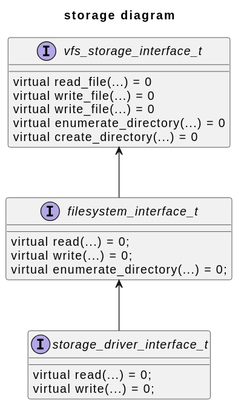
cactoes/virtual_reflections_os keeps this PlantUML diagram as docs/svg/storage diagram.svg. Above is the earlier version. The source it was exported from:
```plantuml
@startuml
title storage diagram

interface storage_driver_interface_t {
    virtual read(...) = 0;
    virtual write(...) = 0;
}

interface filesystem_interface_t {
    virtual read(...) = 0;
    virtual write(...) = 0;
    virtual enumerate_directory(...) = 0;
}

interface vfs_storage_interface_t {
    virtual read_file(...) = 0
    virtual write_file(...) = 0
    virtual write_file(...) = 0
    virtual enumerate_directory(...) = 0
    virtual create_directory(...) = 0
}

vfs_storage_interface_t <-- filesystem_interface_t
filesystem_interface_t <-- storage_driver_interface_t
@enduml
```
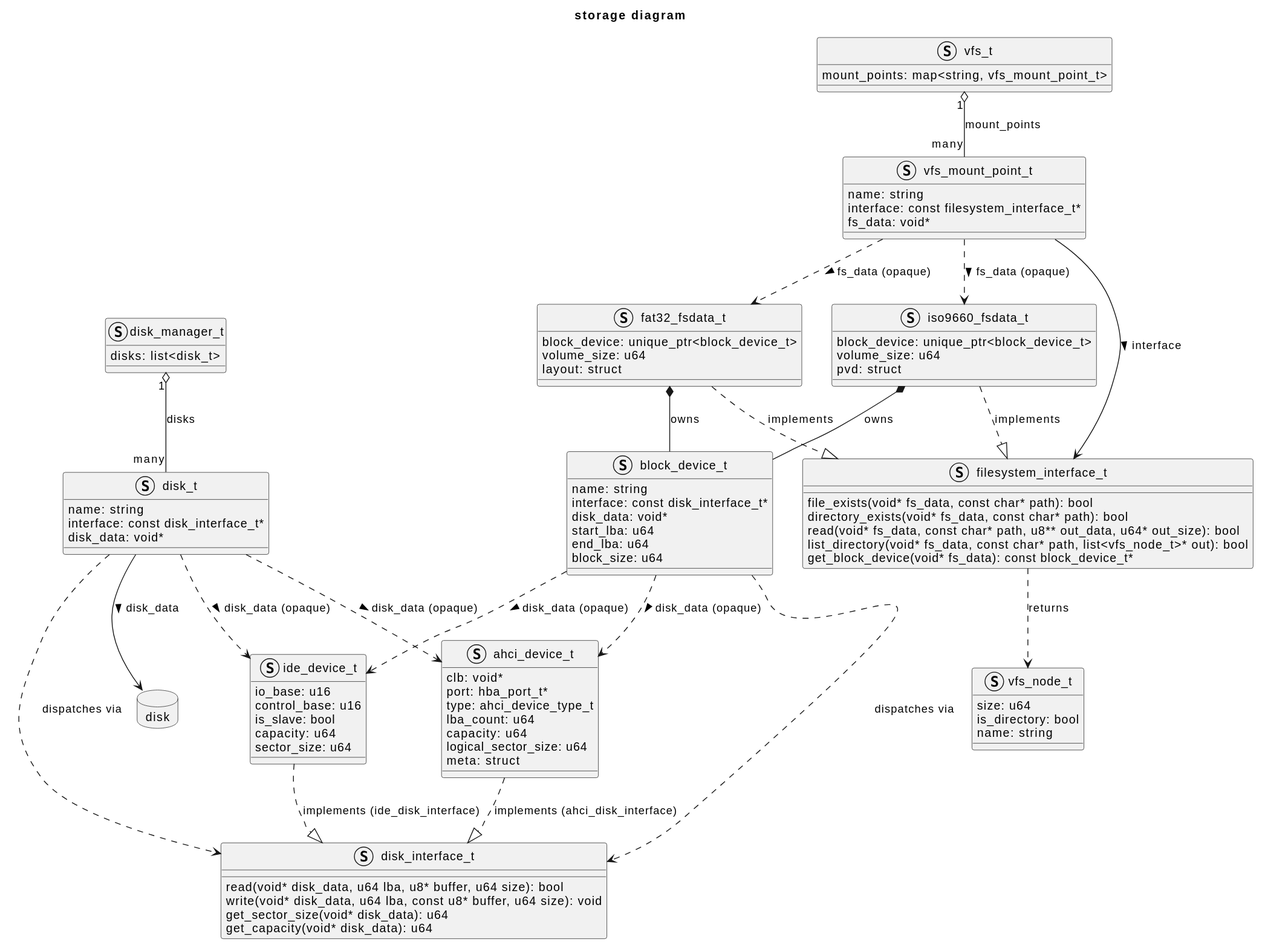
Later version of the same file.

The edit, as a diff of the source:
```diff
@@ -1,25 +1,110 @@
 @startuml
 title storage diagram
 
-interface storage_driver_interface_t {
-    virtual read(...) = 0;
-    virtual write(...) = 0;
+database "disk" as disk {
 }
 
-interface filesystem_interface_t {
-    virtual read(...) = 0;
-    virtual write(...) = 0;
-    virtual enumerate_directory(...) = 0;
+struct disk_interface_t {
+    read(void* disk_data, u64 lba, u8* buffer, u64 size): bool
+    write(void* disk_data, u64 lba, const u8* buffer, u64 size): void
+    get_sector_size(void* disk_data): u64
+    get_capacity(void* disk_data): u64
 }
 
-interface vfs_storage_interface_t {
-    virtual read_file(...) = 0
-    virtual write_file(...) = 0
-    virtual write_file(...) = 0
-    virtual enumerate_directory(...) = 0
-    virtual create_directory(...) = 0
+struct disk_t {
+    name: string
+    interface: const disk_interface_t*
+    disk_data: void*
 }
 
-vfs_storage_interface_t <-- filesystem_interface_t
-filesystem_interface_t <-- storage_driver_interface_t
+struct disk_manager_t {
+    disks: list<disk_t>
+}
+
+struct block_device_t {
+    name: string
+    interface: const disk_interface_t*
+    disk_data: void*
+    start_lba: u64
+    end_lba: u64
+    block_size: u64
+}
+
+struct filesystem_interface_t {
+    file_exists(void* fs_data, const char* path): bool
+    directory_exists(void* fs_data, const char* path): bool
+    read(void* fs_data, const char* path, u8** out_data, u64* out_size): bool
+    list_directory(void* fs_data, const char* path, list<vfs_node_t>* out): bool
+    get_block_device(void* fs_data): const block_device_t*
+}
+
+struct vfs_node_t {
+    size: u64
+    is_directory: bool
+    name: string
+}
+
+struct vfs_mount_point_t {
+    name: string
+    interface: const filesystem_interface_t*
+    fs_data: void*
+}
+
+struct vfs_t {
+    mount_points: map<string, vfs_mount_point_t>
+}
+
+struct fat32_fsdata_t {
+    block_device: unique_ptr<block_device_t>
+    volume_size: u64
+    layout: struct
+}
+
+struct iso9660_fsdata_t {
+    block_device: unique_ptr<block_device_t>
+    volume_size: u64
+    pvd: struct
+}
+
+struct ahci_device_t {
+    clb: void*
+    port: hba_port_t*
+    type: ahci_device_type_t
+    lba_count: u64
+    capacity: u64
+    logical_sector_size: u64
+    meta: struct
+}
+
+struct ide_device_t {
+    io_base: u16
+    control_base: u16
+    is_slave: bool
+    capacity: u64
+    sector_size: u64
+}
+
+disk_manager_t "1" o-- "many" disk_t : disks
+disk_t ..> disk_interface_t : dispatches via
+disk_t --> disk : disk_data >
+
+ahci_device_t ..|> disk_interface_t : implements (ahci_disk_interface)
+ide_device_t ..|> disk_interface_t : implements (ide_disk_interface)
+disk_t ..> ahci_device_t : disk_data (opaque) >
+disk_t ..> ide_device_t : disk_data (opaque) >
+block_device_t ..> ahci_device_t : disk_data (opaque) >
+block_device_t ..> ide_device_t : disk_data (opaque) >
+
+block_device_t ..> disk_interface_t : dispatches via
+
+fat32_fsdata_t *-- block_device_t : owns
+iso9660_fsdata_t *-- block_device_t : owns
+fat32_fsdata_t ..|> filesystem_interface_t : implements
+iso9660_fsdata_t ..|> filesystem_interface_t : implements
+
+vfs_t "1" o-- "many" vfs_mount_point_t : mount_points
+vfs_mount_point_t --> filesystem_interface_t : interface >
+vfs_mount_point_t ..> fat32_fsdata_t : fs_data (opaque) >
+vfs_mount_point_t ..> iso9660_fsdata_t : fs_data (opaque) >
+filesystem_interface_t ..> vfs_node_t : returns
 @enduml
```
